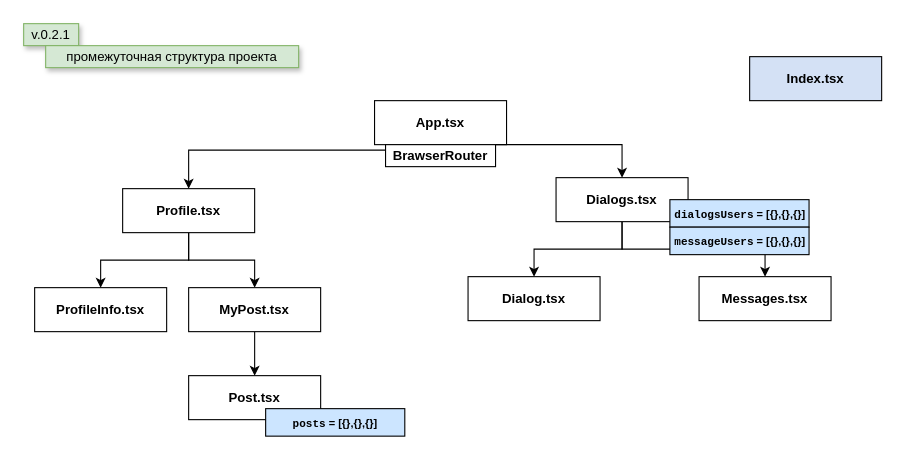
Earlier version of the draw.io diagram Untitled Diagram.drawio (AndrosovMA/Social_network). Source tidied: cells renumbered, new cells numbered last; positions are measured from the earlier drawing's top-left corner, leaving out a move shared by most shapes. Both pictures are drawn from the tidied source at 110%, with x=0, y=0 at pixel (23, 23).
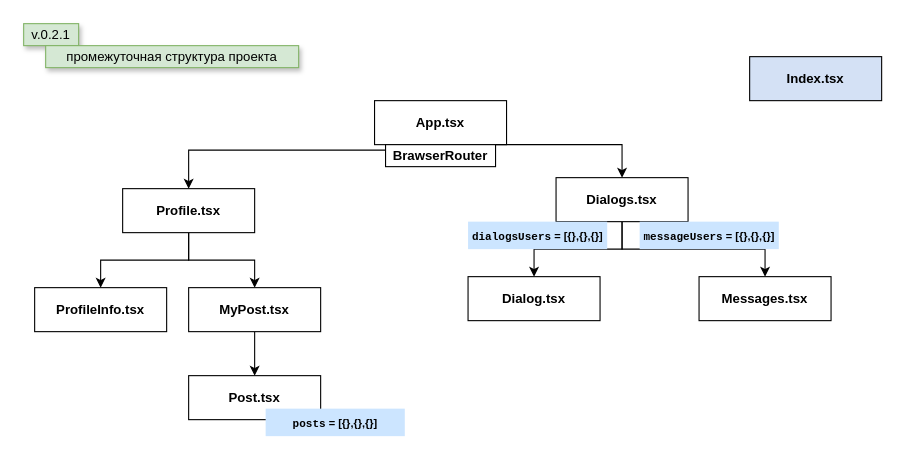
The same diagram, later.

Commit message:
v.0.2.2 - структура APP

Diff of the diagram source:
```diff
@@
-    <mxCell id="21" value="&lt;b&gt;&lt;font style=&quot;font-size: 10px&quot;&gt;&lt;span style=&quot;font-family: &amp;#34;jetbrains mono&amp;#34; , monospace&quot;&gt;dialogsUsers&lt;/span&gt;&amp;nbsp;= [{},{},{}]&lt;/font&gt;&lt;/b&gt;" style="rounded=0;whiteSpace=wrap;html=1;shadow=0;strokeColor=#000000;fillColor=#CCE5FF;" parent="1" vertex="1">
-      <mxGeometry x="587.5" y="160" width="126.5" height="25" as="geometry" />
+    <mxCell id="21" value="&lt;b&gt;&lt;font style=&quot;font-size: 10px&quot;&gt;&lt;span style=&quot;font-family: &amp;#34;jetbrains mono&amp;#34; , monospace&quot;&gt;dialogsUsers&lt;/span&gt;&amp;nbsp;= [{},{},{}]&lt;/font&gt;&lt;/b&gt;" style="rounded=0;whiteSpace=wrap;html=1;shadow=0;strokeColor=none;fillColor=#CCE5FF;" parent="1" vertex="1">
+      <mxGeometry x="404" y="180" width="126.5" height="25" as="geometry" />
     </mxCell>
-    <mxCell id="22" value="&lt;b&gt;&lt;font style=&quot;font-size: 10px&quot;&gt;&lt;span style=&quot;font-family: &amp;#34;jetbrains mono&amp;#34; , monospace&quot;&gt;messageUsers&lt;/span&gt;&amp;nbsp;= [{},{},{}]&lt;/font&gt;&lt;/b&gt;" style="rounded=0;whiteSpace=wrap;html=1;shadow=0;strokeColor=#000000;fillColor=#CCE5FF;" parent="1" vertex="1">
-      <mxGeometry x="587.5" y="185" width="126.5" height="25" as="geometry" />
+    <mxCell id="22" value="&lt;b&gt;&lt;font style=&quot;font-size: 10px&quot;&gt;&lt;span style=&quot;font-family: &amp;#34;jetbrains mono&amp;#34; , monospace&quot;&gt;messageUsers&lt;/span&gt;&amp;nbsp;= [{},{},{}]&lt;/font&gt;&lt;/b&gt;" style="rounded=0;whiteSpace=wrap;html=1;shadow=0;strokeColor=none;fillColor=#CCE5FF;" parent="1" vertex="1">
+      <mxGeometry x="560" y="180" width="126.5" height="25" as="geometry" />
     </mxCell>
-    <mxCell id="23" value="&lt;b&gt;&lt;font style=&quot;font-size: 10px&quot;&gt;&lt;font face=&quot;jetbrains mono, monospace&quot;&gt;posts&lt;/font&gt; = [{},{},{}]&lt;/font&gt;&lt;/b&gt;" style="rounded=0;whiteSpace=wrap;html=1;shadow=0;strokeColor=#000000;fillColor=#CCE5FF;" parent="1" vertex="1">
+    <mxCell id="23" value="&lt;b&gt;&lt;font style=&quot;font-size: 10px&quot;&gt;&lt;font face=&quot;jetbrains mono, monospace&quot;&gt;posts&lt;/font&gt; = [{},{},{}]&lt;/font&gt;&lt;/b&gt;" style="rounded=0;whiteSpace=wrap;html=1;shadow=0;strokeColor=none;fillColor=#CCE5FF;" parent="1" vertex="1">
       <mxGeometry x="220" y="350" width="126.5" height="25" as="geometry" />
     </mxCell>
```
